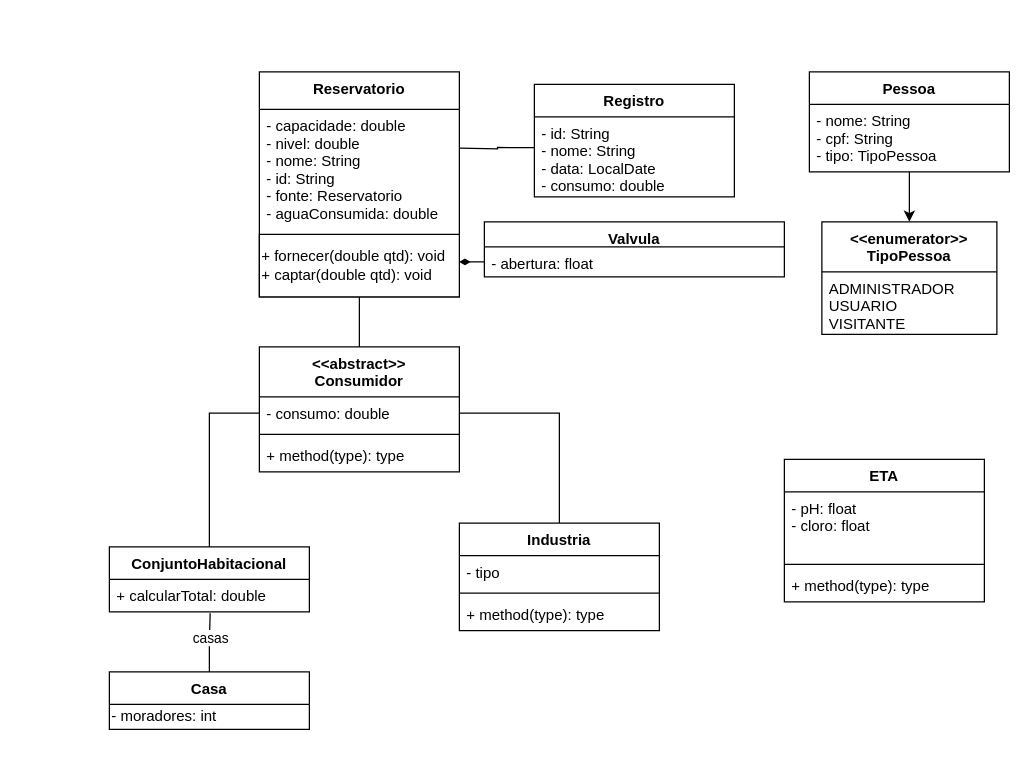
ronaldo26rodrigues/Lifeway keeps this draw.io diagram as informações do projeto/entrega 02 - diagrama de classes UML/Waterway.drawio. Above is the earlier version. Source tidied: cells renumbered, new cells numbered last; positions are measured from the earlier drawing's top-left corner, leaving out a move shared by most shapes. Both pictures are drawn from the tidied source at 125%, with x=0, y=0 at pixel (109, 71).
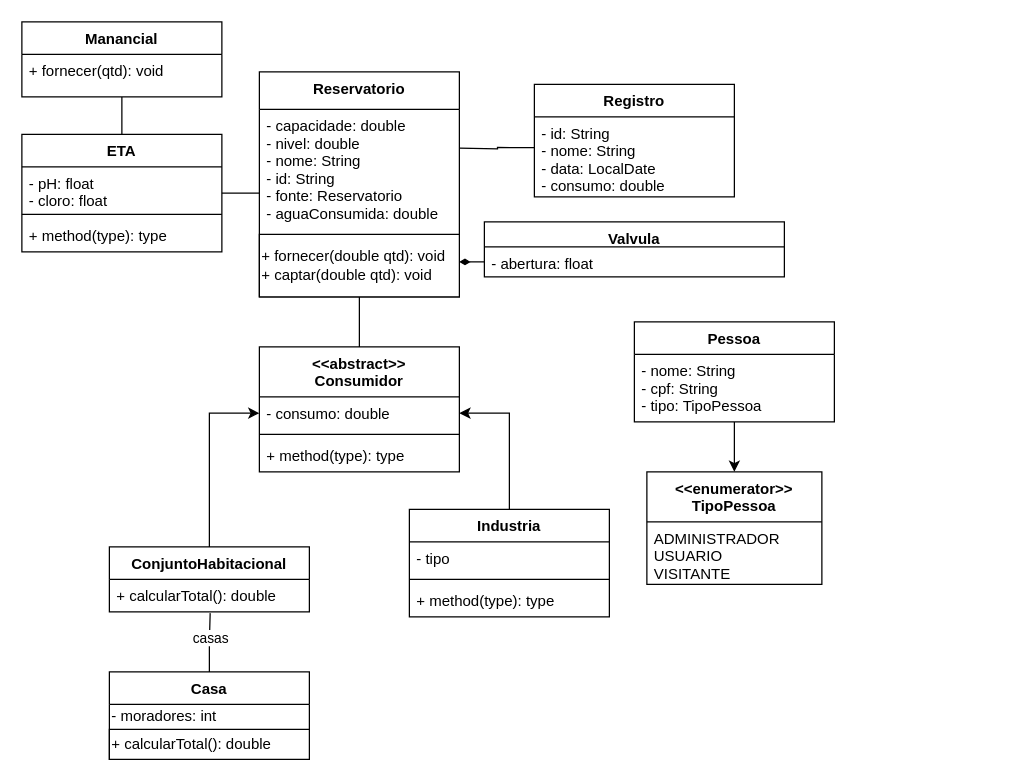
The same page after the edit.

The change refers to these unchanged cells:
```xml
<mxCell id="4" value="- capacidade: double&#10;- nivel: double&#10;- nome: String&#10;- id: String&#10;- fonte: Reservatorio&#10;- aguaConsumida: double" style="text;strokeColor=none;fillColor=none;align=left;verticalAlign=top;spacingLeft=4;spacingRight=4;overflow=hidden;points=[[0,0.5],[1,0.5]];portConstraint=eastwest;" parent="3" vertex="1">
  <mxGeometry y="30" width="160" height="100" as="geometry" />
</mxCell>
<mxCell id="18" value="- consumo: double" style="text;strokeColor=none;fillColor=none;align=left;verticalAlign=top;spacingLeft=4;spacingRight=4;overflow=hidden;points=[[0,0.5],[1,0.5]];portConstraint=eastwest;" parent="17" vertex="1">
  <mxGeometry y="40" width="160" height="26" as="geometry" />
</mxCell>
<mxCell id="22" value="ConjuntoHabitacional" style="swimlane;fontStyle=1;align=center;verticalAlign=top;horizontal=1;startSize=26;" parent="1" vertex="1">
  <mxGeometry y="380" width="160" height="52" as="geometry" />
</mxCell>
```

The edit, as a diff of the source:
```diff
@@
     <mxCell id="11" value="Pessoa" style="swimlane;fontStyle=1;align=center;verticalAlign=top;horizontal=1;startSize=26;" parent="1" vertex="1">
-      <mxGeometry x="560" width="160" height="80" as="geometry" />
+      <mxGeometry x="420" y="200" width="160" height="80" as="geometry" />
     </mxCell>
@@
     <mxCell id="13" value="&lt;&lt;enumerator&gt;&gt;&#10;TipoPessoa" style="swimlane;fontStyle=1;horizontal=1;startSize=40;fillColor=none;" parent="1" vertex="1">
-      <mxGeometry x="570" y="120" width="140" height="90" as="geometry" />
+      <mxGeometry x="430" y="320" width="140" height="90" as="geometry" />
     </mxCell>
@@
-    <mxCell id="21" style="edgeStyle=orthogonalEdgeStyle;rounded=0;jettySize=auto;html=1;exitX=0.5;exitY=0;exitDx=0;exitDy=0;entryX=0;entryY=0.5;entryDx=0;entryDy=0;endArrow=none;endFill=0;" parent="1" edge="1" source="22" target="18">
+    <mxCell id="21" style="edgeStyle=orthogonalEdgeStyle;rounded=0;jettySize=auto;html=1;exitX=0.5;exitY=0;exitDx=0;exitDy=0;entryX=0;entryY=0.5;entryDx=0;entryDy=0;endArrow=classic;endFill=1;startArrow=none;startFill=0;" parent="1" edge="1" source="22" target="18">
       <mxGeometry relative="1" as="geometry" />
     </mxCell>
@@
-    <mxCell id="23" value="+ calcularTotal: double" style="text;strokeColor=none;fillColor=none;align=left;verticalAlign=top;spacingLeft=4;spacingRight=4;overflow=hidden;points=[[0,0.5],[1,0.5]];portConstraint=eastwest;" parent="22" vertex="1">
+    <mxCell id="23" value="+ calcularTotal(): double" style="text;strokeColor=none;fillColor=none;align=left;verticalAlign=top;spacingLeft=4;spacingRight=4;overflow=hidden;points=[[0,0.5],[1,0.5]];portConstraint=eastwest;" parent="22" vertex="1">
       <mxGeometry y="26" width="160" height="26" as="geometry" />
     </mxCell>
@@
     <mxCell id="26" value="Casa" style="swimlane;fontStyle=1;align=center;verticalAlign=top;horizontal=1;startSize=26;" parent="1" vertex="1">
-      <mxGeometry y="480" width="160" height="46" as="geometry" />
+      <mxGeometry y="480" width="160" height="70" as="geometry" />
     </mxCell>
@@
+    <mxCell id="37" value="+ calcularTotal(): double" style="html=1;align=left;" parent="26" vertex="1">
+      <mxGeometry y="46" width="160" height="24" as="geometry" />
+    </mxCell>
-    <mxCell id="28" style="edgeStyle=orthogonalEdgeStyle;rounded=0;jettySize=auto;html=1;entryX=1;entryY=0.5;entryDx=0;entryDy=0;endArrow=none;endFill=0;" parent="1" edge="1" source="29" target="18">
+    <mxCell id="28" style="edgeStyle=orthogonalEdgeStyle;rounded=0;jettySize=auto;html=1;entryX=1;entryY=0.5;entryDx=0;entryDy=0;endArrow=classic;endFill=1;" parent="1" edge="1" source="29" target="18">
       <mxGeometry relative="1" as="geometry" />
     </mxCell>
     <mxCell id="29" value="Industria" style="swimlane;fontStyle=1;align=center;verticalAlign=top;horizontal=1;startSize=26;" parent="1" vertex="1">
-      <mxGeometry x="280" y="361" width="160" height="86" as="geometry" />
+      <mxGeometry x="240" y="350" width="160" height="86" as="geometry" />
     </mxCell>
@@
+    <mxCell id="38" style="edgeStyle=orthogonalEdgeStyle;rounded=0;jettySize=auto;html=1;exitX=1;exitY=0.5;exitDx=0;exitDy=0;entryX=0.001;entryY=0.663;entryDx=0;entryDy=0;entryPerimeter=0;endArrow=none;endFill=0;" parent="1" edge="1" source="33" target="4">
+      <mxGeometry relative="1" as="geometry" />
+    </mxCell>
     <mxCell id="33" value="ETA" style="swimlane;fontStyle=1;align=center;verticalAlign=top;horizontal=1;startSize=26;" parent="1" vertex="1">
-      <mxGeometry x="540" y="310" width="160" height="114" as="geometry" />
+      <mxGeometry x="-70" y="50" width="160" height="94" as="geometry" />
     </mxCell>
     <mxCell id="34" value="- pH: float&#10;- cloro: float" style="text;strokeColor=none;fillColor=none;align=left;verticalAlign=top;spacingLeft=4;spacingRight=4;overflow=hidden;" parent="33" vertex="1">
-      <mxGeometry y="26" width="160" height="54" as="geometry" />
+      <mxGeometry y="26" width="160" height="34" as="geometry" />
     </mxCell>
     <mxCell id="35" style="line;strokeWidth=1;fillColor=none;align=left;verticalAlign=middle;spacingTop=-1;spacingLeft=3;spacingRight=3;labelPosition=right;" parent="33" vertex="1">
-      <mxGeometry y="80" width="160" height="8" as="geometry" />
+      <mxGeometry y="60" width="160" height="8" as="geometry" />
     </mxCell>
     <mxCell id="36" value="+ method(type): type" style="text;strokeColor=none;fillColor=none;align=left;verticalAlign=top;spacingLeft=4;spacingRight=4;overflow=hidden;" parent="33" vertex="1">
-      <mxGeometry y="88" width="160" height="26" as="geometry" />
+      <mxGeometry y="68" width="160" height="26" as="geometry" />
     </mxCell>
+    <mxCell id="39" style="edgeStyle=orthogonalEdgeStyle;rounded=0;jettySize=auto;html=1;entryX=0.5;entryY=0;entryDx=0;entryDy=0;startArrow=none;startFill=0;endArrow=none;endFill=0;" parent="1" edge="1" source="40" target="33">
+      <mxGeometry relative="1" as="geometry" />
+    </mxCell>
+    <mxCell id="40" value="Manancial" style="swimlane;fontStyle=1;align=center;verticalAlign=top;horizontal=1;startSize=26;" parent="1" vertex="1">
+      <mxGeometry x="-70" y="-40" width="160" height="60" as="geometry" />
+    </mxCell>
+    <mxCell id="41" value="+ fornecer(qtd): void" style="text;strokeColor=none;fillColor=none;align=left;verticalAlign=top;spacingLeft=4;spacingRight=4;overflow=hidden;" parent="40" vertex="1">
+      <mxGeometry y="26" width="160" height="34" as="geometry" />
+    </mxCell>
```
